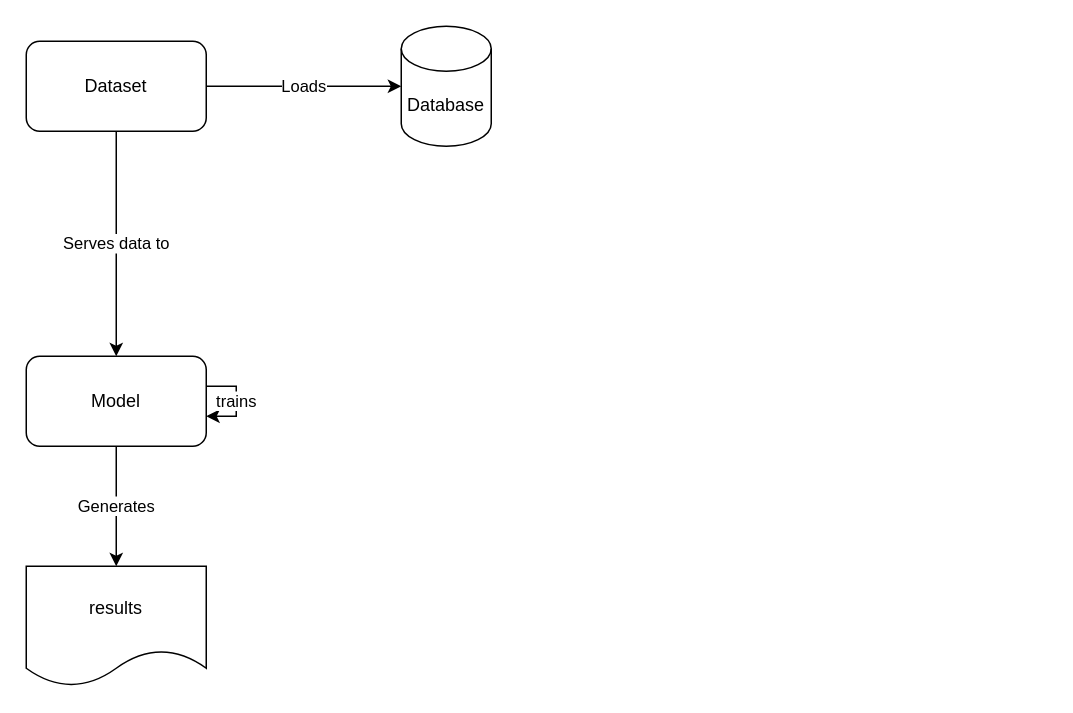
This is Untitled Diagram.drawio from luisdecker/DepthTasks, a draw.io file, before an edit. Source tidied: cells renumbered, new cells numbered last; positions are measured from the earlier drawing's top-left corner, leaving out a move shared by most shapes. Both pictures are drawn from the tidied source at 150%, with x=0, y=0 at pixel (26, 26).
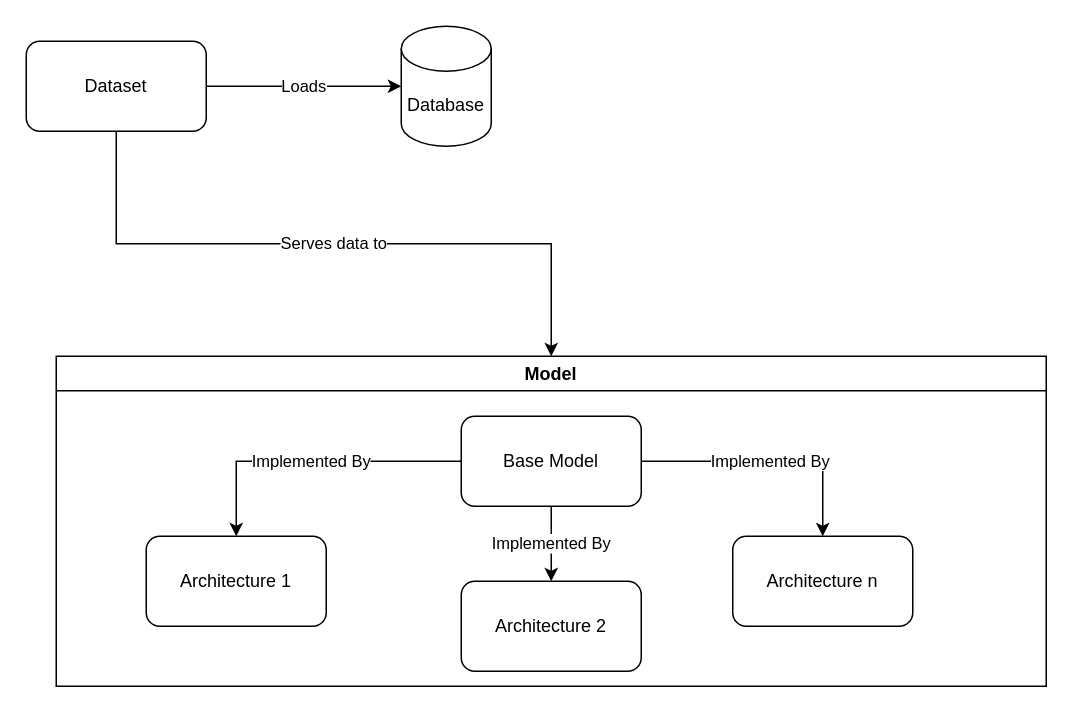
After the change.

Commit message:
Fixing model position

Change to the diagram source:
```diff
@@
 <mxGraphModel>
   <root>
     <mxCell id="0" />
     <mxCell id="1" parent="0" />
-    <mxCell id="2" value="Generates" style="edgeStyle=orthogonalEdgeStyle;rounded=0;jettySize=auto;html=1;" parent="1" edge="1" source="3" target="9">
-      <mxGeometry relative="1" as="geometry" />
-    </mxCell>
-    <mxCell id="3" value="Model" style="rounded=1;whiteSpace=wrap;html=1;" parent="1" vertex="1">
-      <mxGeometry y="220" width="120" height="60" as="geometry" />
-    </mxCell>
-    <mxCell id="4" value="Serves data to" style="edgeStyle=orthogonalEdgeStyle;rounded=0;jettySize=auto;html=1;entryX=0.5;entryY=0;entryDx=0;entryDy=0;" parent="1" edge="1" source="6" target="3">
+    <mxCell id="4" value="Serves data to" style="edgeStyle=orthogonalEdgeStyle;rounded=0;jettySize=auto;html=1;" parent="1" edge="1" source="6" target="3">
       <mxGeometry relative="1" as="geometry" />
     </mxCell>
     <mxCell id="5" value="Loads" style="edgeStyle=orthogonalEdgeStyle;rounded=0;jettySize=auto;html=1;" parent="1" edge="1" source="6" target="7">
       <mxGeometry relative="1" as="geometry" />
     </mxCell>
     <mxCell id="6" value="Dataset" style="rounded=1;whiteSpace=wrap;html=1;" parent="1" vertex="1">
       <mxGeometry y="10" width="120" height="60" as="geometry" />
     </mxCell>
     <mxCell id="7" value="Database" style="shape=cylinder3;whiteSpace=wrap;html=1;boundedLbl=1;backgroundOutline=1;size=15;" parent="1" vertex="1">
       <mxGeometry x="250" width="60" height="80" as="geometry" />
     </mxCell>
-    <mxCell id="8" value="trains" style="edgeStyle=orthogonalEdgeStyle;rounded=0;orthogonalLoop=1;jettySize=auto;html=1;" parent="1" edge="1" source="3" target="3">
-      <mxGeometry relative="1" as="geometry" />
-    </mxCell>
-    <mxCell id="9" value="results" style="shape=document;whiteSpace=wrap;html=1;boundedLbl=1;" parent="1" vertex="1">
-      <mxGeometry y="360" width="120" height="80" as="geometry" />
-    </mxCell>
+    <mxCell id="3" value="Model" style="swimlane;" parent="1" vertex="1">
+      <mxGeometry x="20" y="220" width="660" height="220" as="geometry" />
+    </mxCell>
+    <mxCell id="10" value="Implemented By" style="edgeStyle=orthogonalEdgeStyle;rounded=0;jettySize=auto;html=1;" parent="3" edge="1" source="13" target="14">
+      <mxGeometry relative="1" as="geometry" />
+    </mxCell>
+    <mxCell id="11" value="Implemented By" style="edgeStyle=orthogonalEdgeStyle;rounded=0;jettySize=auto;html=1;" parent="3" edge="1" source="13" target="15">
+      <mxGeometry relative="1" as="geometry" />
+    </mxCell>
+    <mxCell id="12" value="Implemented By" style="edgeStyle=orthogonalEdgeStyle;rounded=0;jettySize=auto;html=1;" parent="3" edge="1" source="13" target="16">
+      <mxGeometry relative="1" as="geometry" />
+    </mxCell>
+    <mxCell id="13" value="Base Model" style="rounded=1;whiteSpace=wrap;html=1;" parent="3" vertex="1">
+      <mxGeometry x="270" y="40" width="120" height="60" as="geometry" />
+    </mxCell>
+    <mxCell id="14" value="Architecture 1" style="rounded=1;whiteSpace=wrap;html=1;" parent="3" vertex="1">
+      <mxGeometry x="60" y="120" width="120" height="60" as="geometry" />
+    </mxCell>
+    <mxCell id="15" value="Architecture 2" style="rounded=1;whiteSpace=wrap;html=1;" parent="3" vertex="1">
+      <mxGeometry x="270" y="150" width="120" height="60" as="geometry" />
+    </mxCell>
+    <mxCell id="16" value="Architecture n" style="rounded=1;whiteSpace=wrap;html=1;" parent="3" vertex="1">
+      <mxGeometry x="451" y="120" width="120" height="60" as="geometry" />
+    </mxCell>
   </root>
 </mxGraphModel>
```
